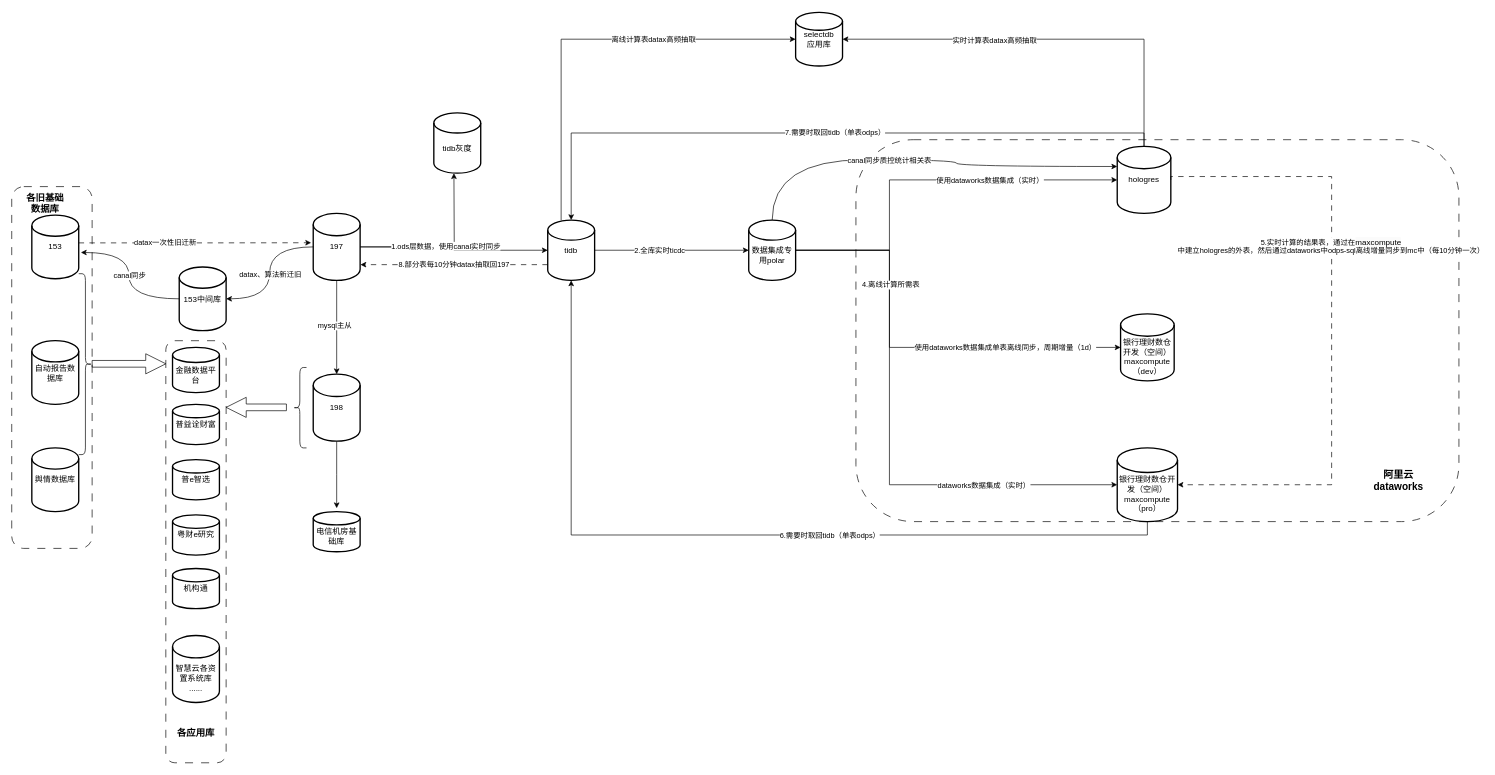
Above: 基础数据流向.drawio in liujiansgit/images- (draw.io), before the change. Source tidied: cells renumbered, new cells numbered last; positions are measured from the earlier drawing's top-left corner, leaving out a move shared by most shapes. Both pictures are drawn from the tidied source at 67%, with x=0, y=0 at pixel (11, 12).
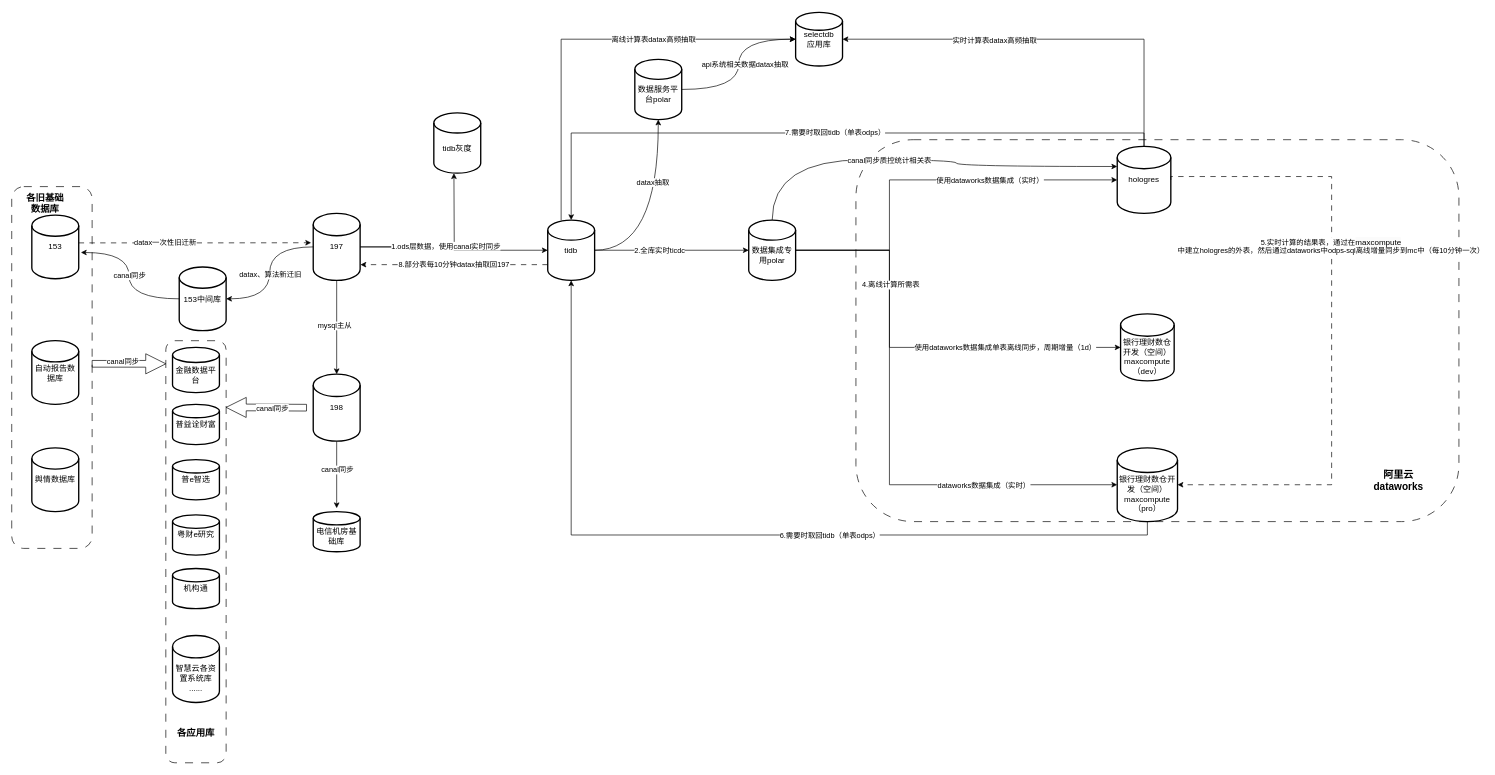
The same diagram, later.

Commit message:
更新基础数据流向.drawio

Unchanged cells that the change refers to:
```xml
<mxCell id="7" value="tidb" style="strokeWidth=2;html=1;shape=mxgraph.flowchart.database;whiteSpace=wrap;" parent="1" vertex="1">
  <mxGeometry x="800" y="310" width="70" height="90" as="geometry" />
</mxCell>
<mxCell id="33" style="edgeStyle=orthogonalEdgeStyle;rounded=0;jettySize=auto;html=1;" parent="1" edge="1" source="34">
  <mxGeometry relative="1" as="geometry">
    <mxPoint x="485" y="740" as="targetPoint" />
  </mxGeometry>
</mxCell>
<mxCell id="47" value="selectdb&lt;div&gt;应用库&lt;/div&gt;" style="strokeWidth=2;html=1;shape=mxgraph.flowchart.database;whiteSpace=wrap;" parent="1" vertex="1">
  <mxGeometry x="1170" width="70" height="80" as="geometry" />
</mxCell>
<mxCell id="53" style="edgeStyle=orthogonalEdgeStyle;shape=arrow;rounded=0;orthogonalLoop=1;jettySize=auto;html=1;" parent="1" edge="1">
  <mxGeometry relative="1" as="geometry">
    <mxPoint x="120" y="524.5" as="sourcePoint" />
    <mxPoint x="230" y="524.5" as="targetPoint" />
  </mxGeometry>
</mxCell>
```

Diff of the diagram source:
```diff
@@
+    <mxCell id="67" style="edgeStyle=orthogonalEdgeStyle;rounded=0;jettySize=auto;html=1;curved=1;" parent="1" edge="1" source="7" target="72">
+      <mxGeometry relative="1" as="geometry" />
+    </mxCell>
+    <mxCell id="68" value="datax抽取" style="edgeLabel;html=1;align=center;verticalAlign=middle;" parent="67" vertex="1">
+      <mxGeometry x="0.36" y="9" relative="1" as="geometry" />
+    </mxCell>
@@
     <mxCell id="32" style="edgeStyle=orthogonalEdgeStyle;shape=arrow;rounded=0;orthogonalLoop=1;jettySize=auto;html=1;" parent="1" edge="1">
       <mxGeometry relative="1" as="geometry">
-        <mxPoint x="410" y="589.5" as="sourcePoint" />
+        <mxPoint x="440" y="590" as="sourcePoint" />
         <mxPoint x="320" y="589.5" as="targetPoint" />
       </mxGeometry>
     </mxCell>
+    <mxCell id="69" value="canal同步" style="edgeLabel;html=1;align=center;verticalAlign=middle;" parent="32" vertex="1">
+      <mxGeometry x="-0.03" y="1" relative="1" as="geometry">
+        <mxPoint x="6" y="-1" as="offset" />
+      </mxGeometry>
+    </mxCell>
@@
+    <mxCell id="70" value="canal同步" style="edgeLabel;html=1;align=center;verticalAlign=middle;" parent="33" vertex="1">
+      <mxGeometry x="-0.16" relative="1" as="geometry" />
+    </mxCell>
@@
+    <mxCell id="71" value="canal同步" style="edgeLabel;html=1;align=center;verticalAlign=middle;" parent="53" vertex="1">
+      <mxGeometry x="-0.19" y="4" relative="1" as="geometry" />
+    </mxCell>
@@
-    <mxCell id="62" style="shape=curlyBracket;whiteSpace=wrap;html=1;rounded=1;flipH=1;labelPosition=right;verticalLabelPosition=middle;align=left;verticalAlign=middle;" parent="1" vertex="1">
-      <mxGeometry x="100" y="390" width="20" height="270" as="geometry" />
-    </mxCell>
-    <mxCell id="63" style="shape=curlyBracket;whiteSpace=wrap;html=1;rounded=1;labelPosition=left;verticalLabelPosition=middle;align=right;verticalAlign=middle;" parent="1" vertex="1">
-      <mxGeometry x="420" y="530" width="20" height="120" as="geometry" />
-    </mxCell>
@@
-    <mxCell id="65" value="&lt;b&gt;&lt;font style=&quot;font-size: 14px;&quot;&gt;各旧基础数据库&lt;/font&gt;&lt;/b&gt;" style="text;html=1;align=center;verticalAlign=middle;whiteSpace=wrap;rounded=0;" parent="1" vertex="1">
+    <mxCell id="65" value="&lt;b style=&quot;font-size: 14px;&quot;&gt;&lt;font style=&quot;font-size: 14px;&quot;&gt;各旧基础数据库&lt;/font&gt;&lt;/b&gt;" style="text;html=1;align=center;verticalAlign=middle;whiteSpace=wrap;rounded=0;fontSize=14;" parent="1" vertex="1">
       <mxGeometry x="20" y="270" width="60" height="30" as="geometry" />
     </mxCell>
@@
+    <mxCell id="72" value="&lt;div&gt;&lt;br&gt;&lt;/div&gt;数据服务平台polar" style="strokeWidth=2;html=1;shape=mxgraph.flowchart.database;whiteSpace=wrap;" parent="1" vertex="1">
+      <mxGeometry x="930" y="70" width="70" height="90" as="geometry" />
+    </mxCell>
+    <mxCell id="73" style="edgeStyle=orthogonalEdgeStyle;rounded=0;jettySize=auto;html=1;entryX=0;entryY=0.5;entryDx=0;entryDy=0;entryPerimeter=0;curved=1;" parent="1" edge="1" source="72" target="47">
+      <mxGeometry relative="1" as="geometry" />
+    </mxCell>
+    <mxCell id="74" value="&amp;nbsp; &amp;nbsp; &amp;nbsp;api系统相关数据datax抽取" style="edgeLabel;html=1;align=center;verticalAlign=middle;" parent="73" vertex="1">
+      <mxGeometry y="-1" relative="1" as="geometry" />
+    </mxCell>
```
